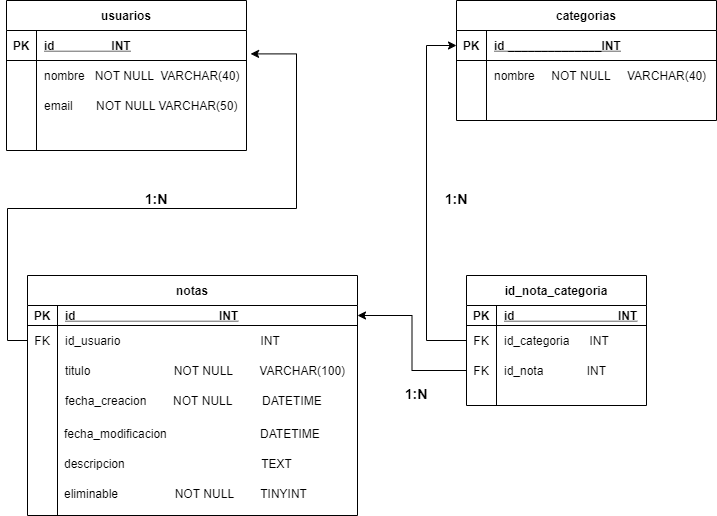
LucianoFabrizio/DB-EntregaIndividual keeps this draw.io diagram as Untitled Diagram.drawio.png. Above is the earlier version. Source tidied: cells renumbered, new cells last; positions are measured from the earlier drawing's top-left corner, leaving out a move shared by most shapes.
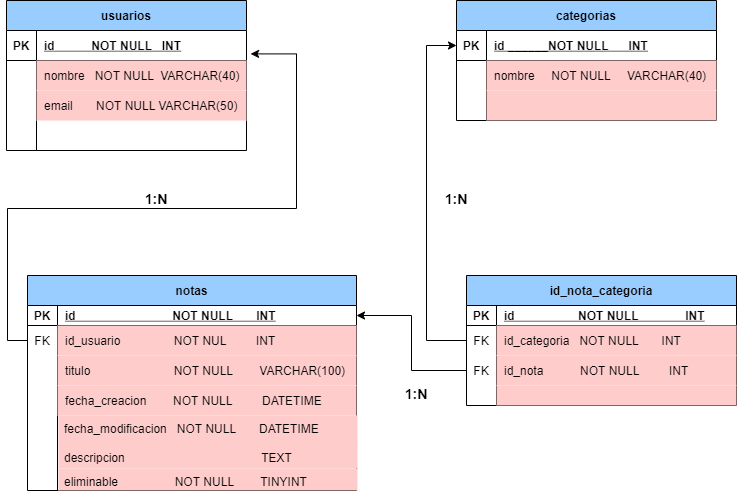
After the commit.

Diff of the diagram source:
```diff
@@ -2,7 +2,7 @@
   <root>
     <mxCell id="0" />
     <mxCell id="1" parent="0" />
-    <mxCell id="2" value="usuarios" style="shape=table;startSize=30;rowLines=0;fontStyle=1;align=center;" parent="1" vertex="1">
+    <mxCell id="2" value="usuarios" style="shape=table;startSize=30;rowLines=0;fontStyle=1;align=center;fillColor=#99CCFF;" parent="1" vertex="1">
       <mxGeometry width="240" height="150" as="geometry" />
     </mxCell>
     <mxCell id="3" style="shape=partialRectangle;fillColor=none;top=0;left=0;bottom=1;right=0;points=[[0,0.5],[1,0.5]];portConstraint=eastwest;" parent="2" vertex="1">
@@ -11,7 +11,7 @@
     <mxCell id="4" value="PK" style="shape=partialRectangle;fillColor=none;top=0;left=0;bottom=0;right=0;fontStyle=1;overflow=hidden;" parent="3" vertex="1">
       <mxGeometry width="30" height="30" as="geometry" />
     </mxCell>
-    <mxCell id="5" value="id                 INT" style="shape=partialRectangle;fillColor=none;top=0;left=0;bottom=0;right=0;align=left;spacingLeft=6;fontStyle=5;overflow=hidden;" parent="3" vertex="1">
+    <mxCell id="5" value="id           NOT NULL   INT" style="shape=partialRectangle;fillColor=none;top=0;left=0;bottom=0;right=0;align=left;spacingLeft=6;fontStyle=5;overflow=hidden;" parent="3" vertex="1">
       <mxGeometry x="30" width="210" height="30" as="geometry" />
     </mxCell>
     <mxCell id="6" style="shape=partialRectangle;fillColor=none;top=0;left=0;bottom=0;right=0;" parent="2" vertex="1">
@@ -20,7 +20,7 @@
     <mxCell id="7" style="shape=partialRectangle;fillColor=none;top=0;left=0;bottom=0;right=0;overflow=hidden;" parent="6" vertex="1">
       <mxGeometry width="30" height="30" as="geometry" />
     </mxCell>
-    <mxCell id="8" value="nombre   NOT NULL  VARCHAR(40)" style="shape=partialRectangle;fillColor=none;top=0;left=0;bottom=0;right=0;align=left;spacingLeft=6;overflow=hidden;" parent="6" vertex="1">
+    <mxCell id="8" value="nombre   NOT NULL  VARCHAR(40)" style="shape=partialRectangle;fillColor=#FFCCCC;top=0;left=0;bottom=0;right=0;align=left;spacingLeft=6;overflow=hidden;" parent="6" vertex="1">
       <mxGeometry x="30" width="210" height="30" as="geometry" />
     </mxCell>
     <mxCell id="9" style="shape=partialRectangle;fillColor=none;top=0;left=0;bottom=0;right=0;" parent="2" vertex="1">
@@ -29,7 +29,7 @@
     <mxCell id="10" style="shape=partialRectangle;fillColor=none;top=0;left=0;bottom=0;right=0;overflow=hidden;" parent="9" vertex="1">
       <mxGeometry width="30" height="30" as="geometry" />
     </mxCell>
-    <mxCell id="11" value="email       NOT NULL VARCHAR(50)" style="shape=partialRectangle;fillColor=none;top=0;left=0;bottom=0;right=0;align=left;spacingLeft=6;overflow=hidden;" parent="9" vertex="1">
+    <mxCell id="11" value="email       NOT NULL VARCHAR(50)" style="shape=partialRectangle;fillColor=#FFCCCC;top=0;left=0;bottom=0;right=0;align=left;spacingLeft=6;overflow=hidden;" parent="9" vertex="1">
       <mxGeometry x="30" width="210" height="30" as="geometry" />
     </mxCell>
     <mxCell id="12" style="shape=partialRectangle;fillColor=none;top=0;left=0;bottom=0;right=0;" parent="2" vertex="1">
@@ -41,55 +41,55 @@
     <mxCell id="14" style="shape=partialRectangle;fillColor=none;top=0;left=0;bottom=0;right=0;align=left;spacingLeft=6;overflow=hidden;" parent="12" vertex="1">
       <mxGeometry x="30" width="210" height="30" as="geometry" />
     </mxCell>
-    <mxCell id="15" value="notas" style="shape=table;startSize=30;rowLines=0;fontStyle=1;align=center;" parent="1" vertex="1">
-      <mxGeometry x="21" y="275" width="330" height="240" as="geometry" />
+    <mxCell id="15" value="notas" style="shape=table;startSize=30;rowLines=0;fontStyle=1;align=center;fillColor=#99CCFF;" parent="1" vertex="1">
+      <mxGeometry x="21" y="275" width="329" height="215" as="geometry" />
     </mxCell>
     <mxCell id="16" style="shape=partialRectangle;fillColor=none;top=0;left=0;bottom=1;right=0;points=[[0,0.5],[1,0.5]];portConstraint=eastwest;" parent="15" vertex="1">
-      <mxGeometry y="30" width="330" height="20" as="geometry" />
+      <mxGeometry y="30" width="329" height="20" as="geometry" />
     </mxCell>
     <mxCell id="17" value="PK" style="shape=partialRectangle;fillColor=none;top=0;left=0;bottom=0;right=0;fontStyle=1;overflow=hidden;" parent="16" vertex="1">
       <mxGeometry width="30" height="20" as="geometry" />
     </mxCell>
-    <mxCell id="18" value="id                                           INT" style="shape=partialRectangle;fillColor=none;top=0;left=0;bottom=0;right=0;align=left;spacingLeft=6;fontStyle=5;overflow=hidden;" parent="16" vertex="1">
-      <mxGeometry x="30" width="300" height="20" as="geometry" />
+    <mxCell id="18" value="id                             NOT NULL       INT" style="shape=partialRectangle;fillColor=none;top=0;left=0;bottom=0;right=0;align=left;spacingLeft=6;fontStyle=5;overflow=hidden;" parent="16" vertex="1">
+      <mxGeometry x="30" width="299" height="20" as="geometry" />
     </mxCell>
     <mxCell id="19" style="shape=partialRectangle;fillColor=none;top=0;left=0;bottom=0;right=0;points=[[0,0.5],[1,0.5]];portConstraint=eastwest;" parent="15" vertex="1">
-      <mxGeometry y="50" width="330" height="30" as="geometry" />
+      <mxGeometry y="50" width="329" height="30" as="geometry" />
     </mxCell>
     <mxCell id="20" value="FK" style="shape=partialRectangle;fillColor=none;top=0;left=0;bottom=0;right=0;overflow=hidden;" parent="19" vertex="1">
       <mxGeometry width="30" height="30" as="geometry" />
     </mxCell>
-    <mxCell id="21" value="id_usuario                                          INT" style="shape=partialRectangle;fillColor=none;top=0;left=0;bottom=0;right=0;align=left;spacingLeft=6;overflow=hidden;" parent="19" vertex="1">
-      <mxGeometry x="30" width="300" height="30" as="geometry" />
+    <mxCell id="21" value="id_usuario                NOT NUL         INT" style="shape=partialRectangle;fillColor=#FFCCCC;top=0;left=0;bottom=0;right=0;align=left;spacingLeft=6;overflow=hidden;" parent="19" vertex="1">
+      <mxGeometry x="30" width="299" height="30" as="geometry" />
     </mxCell>
     <mxCell id="22" style="shape=partialRectangle;fillColor=none;top=0;left=0;bottom=0;right=0;" parent="15" vertex="1">
-      <mxGeometry y="80" width="330" height="30" as="geometry" />
+      <mxGeometry y="80" width="329" height="30" as="geometry" />
     </mxCell>
     <mxCell id="23" style="shape=partialRectangle;fillColor=none;top=0;left=0;bottom=0;right=0;overflow=hidden;" parent="22" vertex="1">
       <mxGeometry width="30" height="30" as="geometry" />
     </mxCell>
-    <mxCell id="24" value="titulo                         NOT NULL        VARCHAR(100)" style="shape=partialRectangle;fillColor=none;top=0;left=0;bottom=0;right=0;align=left;spacingLeft=6;overflow=hidden;" parent="22" vertex="1">
-      <mxGeometry x="30" width="300" height="30" as="geometry" />
+    <mxCell id="24" value="titulo                         NOT NULL        VARCHAR(100)" style="shape=partialRectangle;fillColor=#FFCCCC;top=0;left=0;bottom=0;right=0;align=left;spacingLeft=6;overflow=hidden;" parent="22" vertex="1">
+      <mxGeometry x="30" width="299" height="30" as="geometry" />
     </mxCell>
     <mxCell id="25" style="shape=partialRectangle;fillColor=none;top=0;left=0;bottom=0;right=0;" parent="15" vertex="1">
-      <mxGeometry y="110" width="330" height="30" as="geometry" />
+      <mxGeometry y="110" width="329" height="30" as="geometry" />
     </mxCell>
     <mxCell id="26" style="shape=partialRectangle;fillColor=none;top=0;left=0;bottom=0;right=0;overflow=hidden;" parent="25" vertex="1">
       <mxGeometry width="30" height="30" as="geometry" />
     </mxCell>
-    <mxCell id="27" value="fecha_creacion        NOT NULL         DATETIME" style="shape=partialRectangle;fillColor=none;top=0;left=0;bottom=0;right=0;align=left;spacingLeft=6;overflow=hidden;" parent="25" vertex="1">
-      <mxGeometry x="30" width="300" height="30" as="geometry" />
+    <mxCell id="27" value="fecha_creacion        NOT NULL         DATETIME" style="shape=partialRectangle;fillColor=#FFCCCC;top=0;left=0;bottom=0;right=0;align=left;spacingLeft=6;overflow=hidden;" parent="25" vertex="1">
+      <mxGeometry x="30" width="299" height="30" as="geometry" />
     </mxCell>
-    <mxCell id="28" value="fecha_modificacion                            DATETIME" style="text;strokeColor=none;fillColor=none;spacingLeft=4;spacingRight=4;overflow=hidden;fontSize=12;" parent="1" vertex="1">
-      <mxGeometry x="52" y="420" width="299" height="30" as="geometry" />
+    <mxCell id="28" value="fecha_modificacion   NOT NULL       DATETIME" style="text;strokeColor=none;fillColor=#FFCCCC;spacingLeft=4;spacingRight=4;overflow=hidden;fontSize=12;" parent="1" vertex="1">
+      <mxGeometry x="52" y="415" width="299" height="30" as="geometry" />
     </mxCell>
-    <mxCell id="29" value="eliminable                 NOT NULL        TINYINT" style="text;strokeColor=none;fillColor=none;spacingLeft=4;spacingRight=4;overflow=hidden;fontSize=12;" parent="1" vertex="1">
-      <mxGeometry x="52" y="480" width="299" height="24" as="geometry" />
+    <mxCell id="29" value="eliminable                 NOT NULL        TINYINT" style="text;strokeColor=none;fillColor=#FFCCCC;spacingLeft=4;spacingRight=4;overflow=hidden;fontSize=12;" parent="1" vertex="1">
+      <mxGeometry x="52" y="468" width="299" height="22" as="geometry" />
     </mxCell>
-    <mxCell id="30" value="descripcion                                         TEXT" style="text;strokeColor=none;fillColor=none;spacingLeft=4;spacingRight=4;overflow=hidden;fontSize=12;" parent="1" vertex="1">
-      <mxGeometry x="52" y="450" width="299" height="24" as="geometry" />
+    <mxCell id="30" value="descripcion                                         TEXT" style="text;strokeColor=none;fillColor=#FFCCCC;spacingLeft=4;spacingRight=4;overflow=hidden;fontSize=12;" parent="1" vertex="1">
+      <mxGeometry x="52" y="444" width="299" height="24" as="geometry" />
     </mxCell>
-    <mxCell id="31" value="categorias" style="shape=table;startSize=30;rowLines=0;fontStyle=1;align=center;" parent="1" vertex="1">
+    <mxCell id="31" value="categorias" style="shape=table;startSize=30;rowLines=0;fontStyle=1;align=center;fillColor=#99CCFF;" parent="1" vertex="1">
       <mxGeometry x="450" width="260" height="120" as="geometry" />
     </mxCell>
     <mxCell id="32" style="shape=partialRectangle;fillColor=none;top=0;left=0;bottom=1;right=0;points=[[0,0.5],[1,0.5]];portConstraint=eastwest;" parent="31" vertex="1">
@@ -98,7 +98,7 @@
     <mxCell id="33" value="PK" style="shape=partialRectangle;fillColor=none;top=0;left=0;bottom=0;right=0;fontStyle=1;overflow=hidden;" parent="32" vertex="1">
       <mxGeometry width="30" height="30" as="geometry" />
     </mxCell>
-    <mxCell id="34" value="id ______________INT" style="shape=partialRectangle;fillColor=none;top=0;left=0;bottom=0;right=0;align=left;spacingLeft=6;fontStyle=5;overflow=hidden;" parent="32" vertex="1">
+    <mxCell id="34" value="id ______NOT NULL      INT" style="shape=partialRectangle;fillColor=none;top=0;left=0;bottom=0;right=0;align=left;spacingLeft=6;fontStyle=5;overflow=hidden;" parent="32" vertex="1">
       <mxGeometry x="30" width="230" height="30" as="geometry" />
     </mxCell>
     <mxCell id="35" style="shape=partialRectangle;fillColor=none;top=0;left=0;bottom=0;right=0;" parent="31" vertex="1">
@@ -107,7 +107,7 @@
     <mxCell id="36" style="shape=partialRectangle;fillColor=none;top=0;left=0;bottom=0;right=0;overflow=hidden;" parent="35" vertex="1">
       <mxGeometry width="30" height="30" as="geometry" />
     </mxCell>
-    <mxCell id="37" value="nombre     NOT NULL     VARCHAR(40)" style="shape=partialRectangle;fillColor=none;top=0;left=0;bottom=0;right=0;align=left;spacingLeft=6;overflow=hidden;" parent="35" vertex="1">
+    <mxCell id="37" value="nombre     NOT NULL     VARCHAR(40)" style="shape=partialRectangle;fillColor=#FFCCCC;top=0;left=0;bottom=0;right=0;align=left;spacingLeft=6;overflow=hidden;" parent="35" vertex="1">
       <mxGeometry x="30" width="230" height="30" as="geometry" />
     </mxCell>
     <mxCell id="38" style="shape=partialRectangle;fillColor=none;top=0;left=0;bottom=0;right=0;" parent="31" vertex="1">
@@ -116,47 +116,47 @@
     <mxCell id="39" style="shape=partialRectangle;fillColor=none;top=0;left=0;bottom=0;right=0;overflow=hidden;" parent="38" vertex="1">
       <mxGeometry width="30" height="30" as="geometry" />
     </mxCell>
-    <mxCell id="40" style="shape=partialRectangle;fillColor=none;top=0;left=0;bottom=0;right=0;align=left;spacingLeft=6;overflow=hidden;" parent="38" vertex="1">
+    <mxCell id="40" style="shape=partialRectangle;fillColor=#FFCCCC;top=0;left=0;bottom=0;right=0;align=left;spacingLeft=6;overflow=hidden;" parent="38" vertex="1">
       <mxGeometry x="30" width="230" height="30" as="geometry" />
     </mxCell>
-    <mxCell id="41" value="id_nota_categoria" style="shape=table;startSize=30;rowLines=0;fontStyle=1;align=center;" parent="1" vertex="1">
-      <mxGeometry x="460" y="275" width="180" height="130" as="geometry" />
+    <mxCell id="41" value="id_nota_categoria" style="shape=table;startSize=30;rowLines=0;fontStyle=1;align=center;fillColor=#99CCFF;" parent="1" vertex="1">
+      <mxGeometry x="460" y="275" width="270" height="130" as="geometry" />
     </mxCell>
     <mxCell id="42" style="shape=partialRectangle;fillColor=none;top=0;left=0;bottom=1;right=0;" parent="41" vertex="1">
-      <mxGeometry y="30" width="180" height="20" as="geometry" />
+      <mxGeometry y="30" width="270" height="20" as="geometry" />
     </mxCell>
     <mxCell id="43" value="PK" style="shape=partialRectangle;fillColor=none;top=0;left=0;bottom=0;right=0;fontStyle=1;overflow=hidden;" parent="42" vertex="1">
       <mxGeometry width="30" height="20" as="geometry" />
     </mxCell>
-    <mxCell id="44" value="id                               INT" style="shape=partialRectangle;fillColor=none;top=0;left=0;bottom=0;right=0;align=left;spacingLeft=6;fontStyle=5;overflow=hidden;" parent="42" vertex="1">
-      <mxGeometry x="30" width="150" height="20" as="geometry" />
+    <mxCell id="44" value="id                   NOT NULL              INT" style="shape=partialRectangle;fillColor=none;top=0;left=0;bottom=0;right=0;align=left;spacingLeft=6;fontStyle=5;overflow=hidden;" parent="42" vertex="1">
+      <mxGeometry x="30" width="240" height="20" as="geometry" />
     </mxCell>
     <mxCell id="45" style="shape=partialRectangle;fillColor=none;top=0;left=0;bottom=0;right=0;points=[[0,0.5],[1,0.5]];portConstraint=eastwest;" parent="41" vertex="1">
-      <mxGeometry y="50" width="180" height="30" as="geometry" />
+      <mxGeometry y="50" width="270" height="30" as="geometry" />
     </mxCell>
     <mxCell id="46" value="FK" style="shape=partialRectangle;fillColor=none;top=0;left=0;bottom=0;right=0;overflow=hidden;" parent="45" vertex="1">
       <mxGeometry width="30" height="30" as="geometry" />
     </mxCell>
-    <mxCell id="47" value="id_categoria      INT" style="shape=partialRectangle;fillColor=none;top=0;left=0;bottom=0;right=0;align=left;spacingLeft=6;overflow=hidden;" parent="45" vertex="1">
-      <mxGeometry x="30" width="150" height="30" as="geometry" />
+    <mxCell id="47" value="id_categoria   NOT NULL       INT" style="shape=partialRectangle;fillColor=#FFCCCC;top=0;left=0;bottom=0;right=0;align=left;spacingLeft=6;overflow=hidden;" parent="45" vertex="1">
+      <mxGeometry x="30" width="240" height="30" as="geometry" />
     </mxCell>
     <mxCell id="48" style="shape=partialRectangle;fillColor=none;top=0;left=0;bottom=0;right=0;points=[[0,0.5],[1,0.5]];portConstraint=eastwest;" parent="41" vertex="1">
-      <mxGeometry y="80" width="180" height="30" as="geometry" />
+      <mxGeometry y="80" width="270" height="30" as="geometry" />
     </mxCell>
     <mxCell id="49" value="FK" style="shape=partialRectangle;fillColor=none;top=0;left=0;bottom=0;right=0;overflow=hidden;" parent="48" vertex="1">
       <mxGeometry width="30" height="30" as="geometry" />
     </mxCell>
-    <mxCell id="50" value="id_nota             INT" style="shape=partialRectangle;fillColor=none;top=0;left=0;bottom=0;right=0;align=left;spacingLeft=6;overflow=hidden;" parent="48" vertex="1">
-      <mxGeometry x="30" width="150" height="30" as="geometry" />
+    <mxCell id="50" value="id_nota           NOT NULL         INT" style="shape=partialRectangle;fillColor=#FFCCCC;top=0;left=0;bottom=0;right=0;align=left;spacingLeft=6;overflow=hidden;" parent="48" vertex="1">
+      <mxGeometry x="30" width="240" height="30" as="geometry" />
     </mxCell>
     <mxCell id="51" style="shape=partialRectangle;fillColor=none;top=0;left=0;bottom=0;right=0;" parent="41" vertex="1">
-      <mxGeometry y="110" width="180" height="20" as="geometry" />
+      <mxGeometry y="110" width="270" height="20" as="geometry" />
     </mxCell>
     <mxCell id="52" style="shape=partialRectangle;fillColor=none;top=0;left=0;bottom=0;right=0;overflow=hidden;" parent="51" vertex="1">
       <mxGeometry width="30" height="20" as="geometry" />
     </mxCell>
-    <mxCell id="53" style="shape=partialRectangle;fillColor=none;top=0;left=0;bottom=0;right=0;align=left;spacingLeft=6;overflow=hidden;" parent="51" vertex="1">
-      <mxGeometry x="30" width="150" height="20" as="geometry" />
+    <mxCell id="53" style="shape=partialRectangle;fillColor=#FFCCCC;top=0;left=0;bottom=0;right=0;align=left;spacingLeft=6;overflow=hidden;" parent="51" vertex="1">
+      <mxGeometry x="30" width="240" height="20" as="geometry" />
     </mxCell>
     <mxCell id="54" style="edgeStyle=orthogonalEdgeStyle;rounded=0;jettySize=auto;html=1;elbow=vertical;entryX=0;entryY=0.5;entryDx=0;entryDy=0;" parent="1" edge="1" source="45" target="32">
       <mxGeometry relative="1" as="geometry">
```
